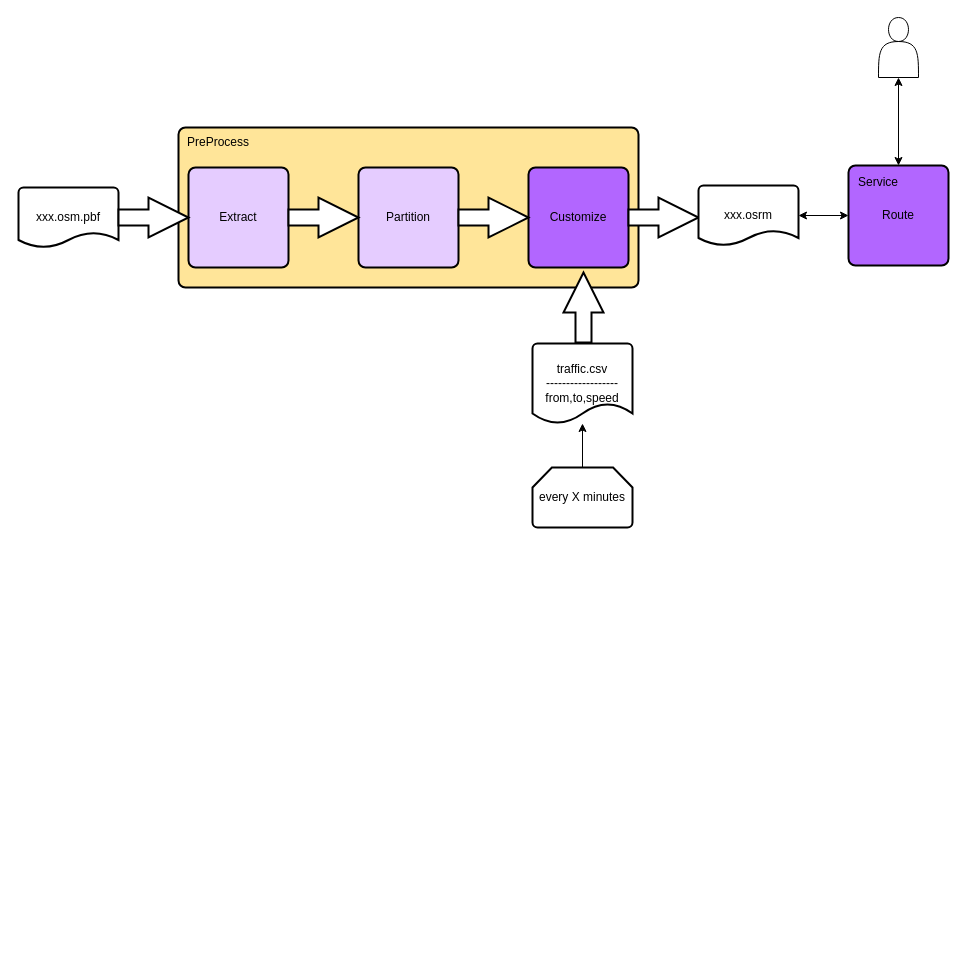
Above: page "osrm-traffic" (4 of 4) of Untitled Diagram.drawio in tallongsun/drawio (draw.io), before the change. Source tidied: cells renumbered, new cells numbered last; positions are measured from the earlier drawing's top-left corner, leaving out a move shared by most shapes. Both pictures are drawn from the tidied source at 100%, with x=0, y=0 at pixel (18, 17).
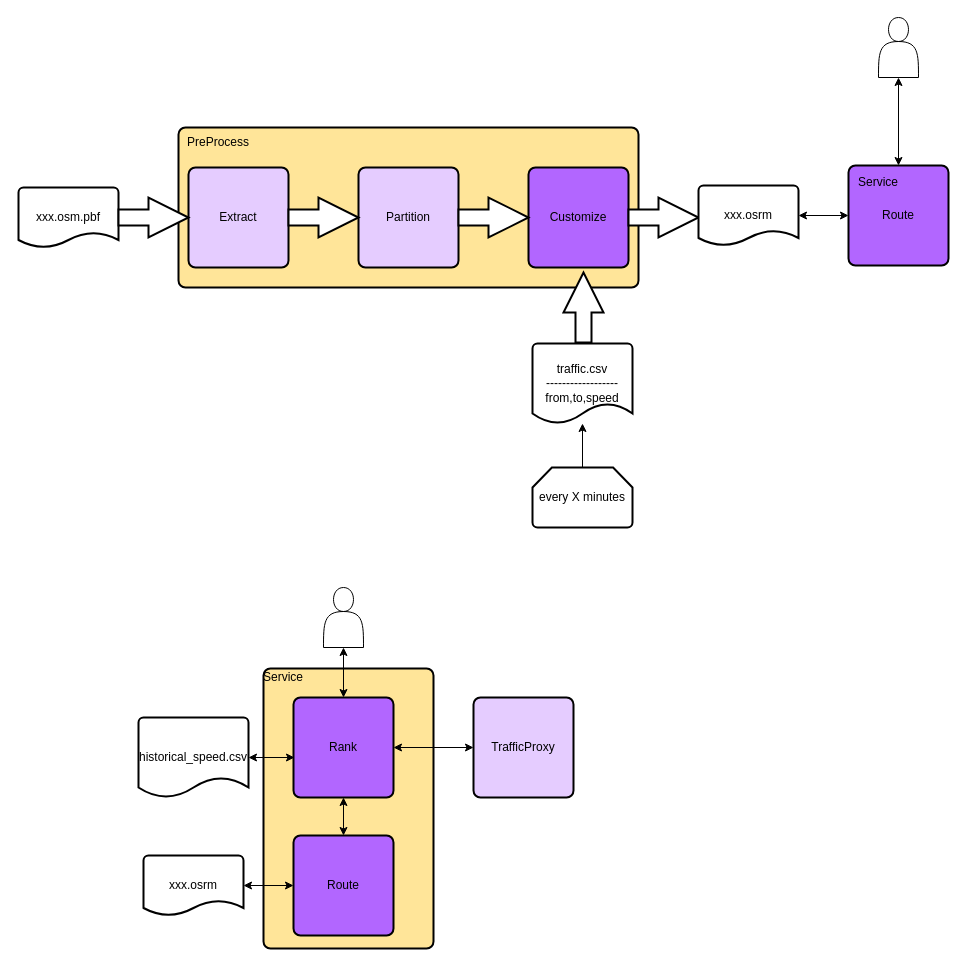
The same page after the edit.

The edit, as a diff of the source:
```diff
@@
+    <mxCell id="22" style="rounded=1;whiteSpace=wrap;html=1;absoluteArcSize=1;arcSize=14;strokeWidth=2;fillColor=#FFE599;" parent="1" vertex="1">
+      <mxGeometry x="245" y="651" width="170" height="280" as="geometry" />
+    </mxCell>
@@
+    <mxCell id="23" style="edgeStyle=orthogonalEdgeStyle;rounded=0;jettySize=auto;html=1;entryX=1;entryY=0.5;entryDx=0;entryDy=0;entryPerimeter=0;startArrow=classic;startFill=1;" parent="1" edge="1" source="24" target="25">
+      <mxGeometry relative="1" as="geometry" />
+    </mxCell>
+    <mxCell id="24" value="Route" style="rounded=1;whiteSpace=wrap;html=1;absoluteArcSize=1;arcSize=14;strokeWidth=2;fillColor=#B266FF;" parent="1" vertex="1">
+      <mxGeometry x="275" y="818" width="100" height="100" as="geometry" />
+    </mxCell>
+    <mxCell id="25" value="xxx.osrm" style="strokeWidth=2;html=1;shape=mxgraph.flowchart.document2;whiteSpace=wrap;size=0.25;" parent="1" vertex="1">
+      <mxGeometry x="125" y="838" width="100" height="60" as="geometry" />
+    </mxCell>
+    <mxCell id="26" style="edgeStyle=orthogonalEdgeStyle;rounded=0;jettySize=auto;html=1;entryX=0.5;entryY=0;entryDx=0;entryDy=0;startArrow=classic;startFill=1;" parent="1" edge="1" source="27" target="31">
+      <mxGeometry relative="1" as="geometry" />
+    </mxCell>
+    <mxCell id="27" style="shape=actor;whiteSpace=wrap;html=1;" parent="1" vertex="1">
+      <mxGeometry x="305" y="570" width="40" height="60" as="geometry" />
+    </mxCell>
+    <mxCell id="28" value="Service" style="text;html=1;strokeColor=none;fillColor=none;align=center;verticalAlign=middle;whiteSpace=wrap;rounded=0;" parent="1" vertex="1">
+      <mxGeometry x="235" y="645" width="60" height="30" as="geometry" />
+    </mxCell>
+    <mxCell id="29" style="edgeStyle=orthogonalEdgeStyle;rounded=0;jettySize=auto;html=1;entryX=0.5;entryY=0;entryDx=0;entryDy=0;startArrow=classic;startFill=1;" parent="1" edge="1" source="31" target="24">
+      <mxGeometry relative="1" as="geometry" />
+    </mxCell>
+    <mxCell id="30" style="edgeStyle=orthogonalEdgeStyle;rounded=0;jettySize=auto;html=1;entryX=0;entryY=0.5;entryDx=0;entryDy=0;startArrow=classic;startFill=1;" parent="1" edge="1" source="31" target="34">
+      <mxGeometry relative="1" as="geometry" />
+    </mxCell>
+    <mxCell id="31" value="Rank" style="rounded=1;whiteSpace=wrap;html=1;absoluteArcSize=1;arcSize=14;strokeWidth=2;fillColor=#B266FF;" parent="1" vertex="1">
+      <mxGeometry x="275" y="680" width="100" height="100" as="geometry" />
+    </mxCell>
+    <mxCell id="32" style="edgeStyle=orthogonalEdgeStyle;rounded=0;jettySize=auto;html=1;entryX=0.01;entryY=0.6;entryDx=0;entryDy=0;entryPerimeter=0;startArrow=classic;startFill=1;" parent="1" edge="1" source="33" target="31">
+      <mxGeometry relative="1" as="geometry" />
+    </mxCell>
+    <mxCell id="33" value="historical_speed.csv&lt;br&gt;" style="strokeWidth=2;html=1;shape=mxgraph.flowchart.document2;whiteSpace=wrap;size=0.25;" parent="1" vertex="1">
+      <mxGeometry x="120" y="700" width="110" height="80" as="geometry" />
+    </mxCell>
+    <mxCell id="34" value="TrafficProxy" style="rounded=1;whiteSpace=wrap;html=1;absoluteArcSize=1;arcSize=14;strokeWidth=2;fillColor=#E5CCFF;" parent="1" vertex="1">
+      <mxGeometry x="455" y="680" width="100" height="100" as="geometry" />
+    </mxCell>
```
